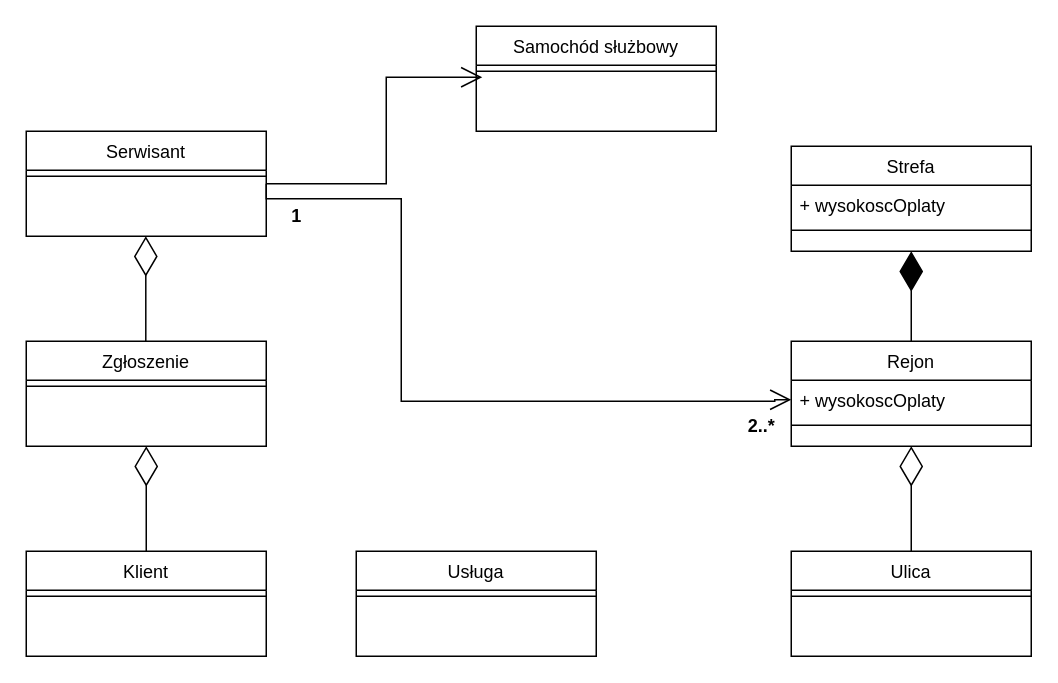
MichjuX/UML_Diagrams keeps this draw.io diagram as przed-w-diagram-klas.drawio. Above is the earlier version. Source tidied: cells renumbered, new cells numbered last; positions are measured from the earlier drawing's top-left corner, leaving out a move shared by most shapes. Both pictures are drawn from the tidied source at 150%, with x=0, y=0 at pixel (26, 26).
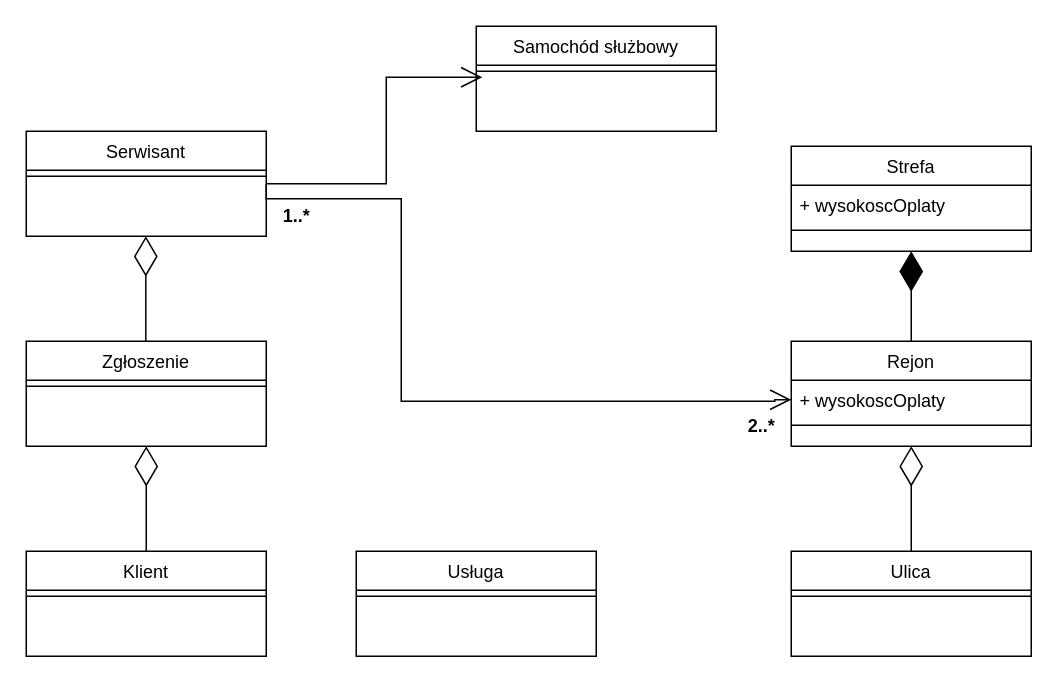
The same page after the edit.

Diff of the diagram source:
```diff
@@
-    <mxCell id="25" value="1" style="text;align=center;fontStyle=1;verticalAlign=middle;spacingLeft=3;spacingRight=3;strokeColor=none;html=1;" parent="1" vertex="1">
+    <mxCell id="25" value="1..*" style="text;align=center;fontStyle=1;verticalAlign=middle;spacingLeft=3;spacingRight=3;strokeColor=none;html=1;" parent="1" vertex="1">
       <mxGeometry x="140" y="114" width="80" height="26" as="geometry" />
     </mxCell>
```
